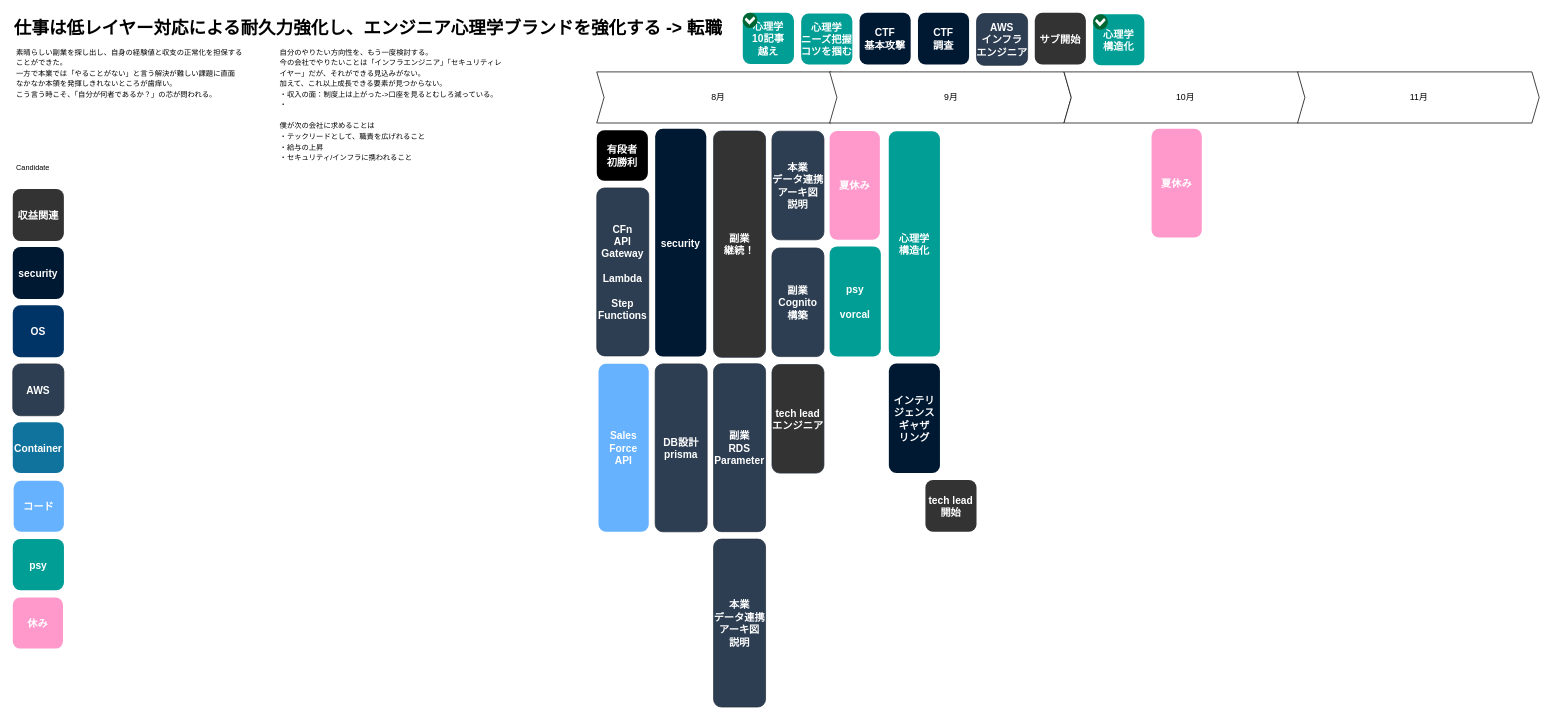
Above: page "2024_08" (3 of 11) of life/life.drawio in minegishirei/draw_v1 (draw.io), before the change. Source tidied: cells renumbered, new cells numbered last; positions are measured from the earlier drawing's top-left corner, leaving out a move shared by most shapes. Both pictures are drawn from the tidied source at 73%, with x=0, y=0 at pixel (12, 12).
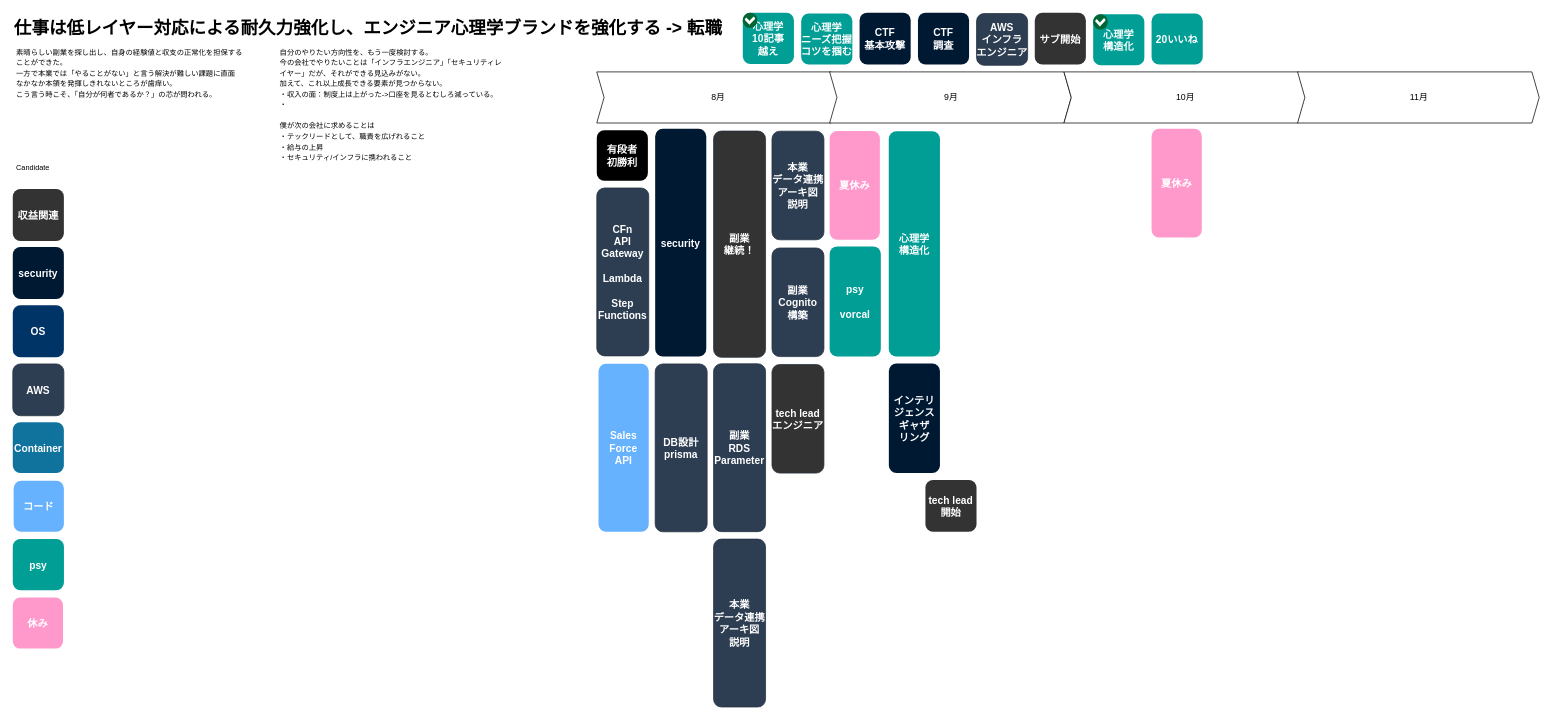
The same diagram, later.

The edit, as a diff of the source:
```diff
@@
+    <mxCell id="44" value="20いいね" style="rounded=1;fillColor=#019E95;strokeColor=none;shadow=0;gradientColor=none;fontStyle=1;fontColor=#FFFFFF;fontSize=14;" parent="1" vertex="1">
+      <mxGeometry x="1560" y="1" width="70.1" height="70" as="geometry" />
+    </mxCell>
```
